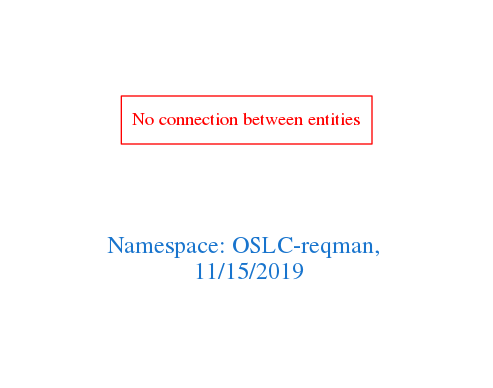
Above: downloads/OSLC-reqman.png in arago/OGIT (Graphviz), before the change. Its source is kept beside it as downloads/OSLC-reqman.dot.
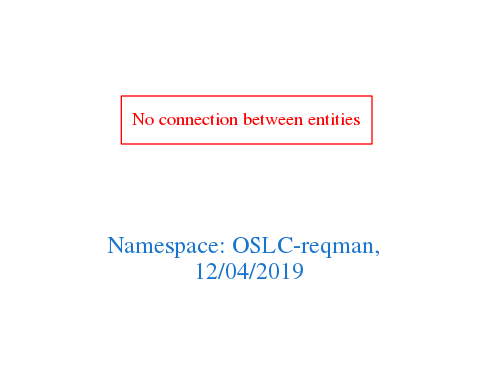
The same diagram one commit later.

Change to the diagram source:
```diff
@@ -1,7 +1,7 @@
 digraph OGIT_ontology {
  graph [ rankdir= LR,pad=1
 fontsize = 18,
-fontcolor= dodgerblue3,label = "\n\n\nNamespace: OSLC-reqman, \n 11/15/2019"];
+fontcolor= dodgerblue3,label = "\n\n\nNamespace: OSLC-reqman, \n 12/04/2019"];
 node[shape=polygon];
 edge [  color="gray81"];
 
```
